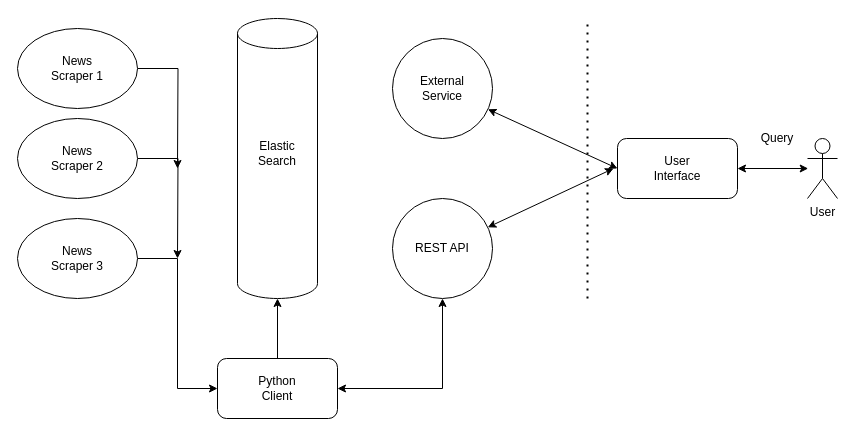
Before: Project_Flow.drawio in aravindm711/ESNSE, a draw.io diagram. Source tidied: cells renumbered, new cells numbered last; positions are measured from the earlier drawing's top-left corner, leaving out a move shared by most shapes. Both pictures are drawn from the tidied source at 100%, with x=0, y=0 at pixel (17, 18).
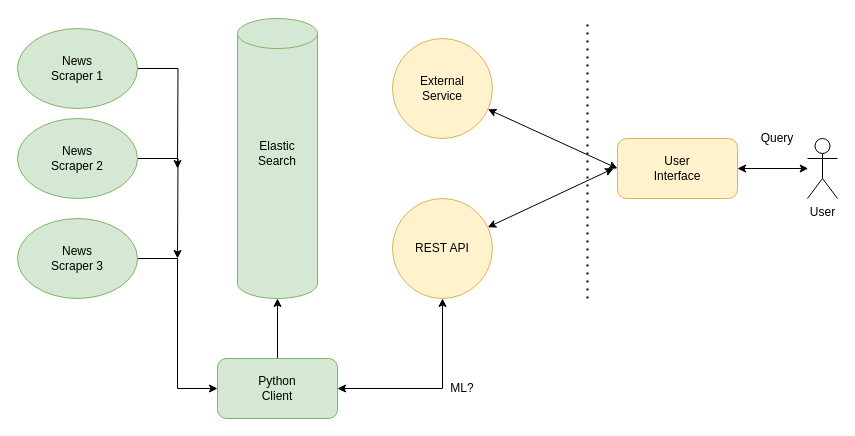
The same diagram, later.

What changed in the source:
```diff
@@
-    <mxCell id="2" style="ellipse;whiteSpace=wrap;html=1;" parent="1" vertex="1">
+    <mxCell id="2" style="ellipse;whiteSpace=wrap;html=1;fillColor=#fff2cc;strokeColor=#d6b656;" parent="1" vertex="1">
       <mxGeometry x="375" y="180" width="100" height="100" as="geometry" />
     </mxCell>
-    <mxCell id="3" style="shape=cylinder3;whiteSpace=wrap;html=1;boundedLbl=1;backgroundOutline=1;size=15;" parent="1" vertex="1">
+    <mxCell id="3" style="shape=cylinder3;whiteSpace=wrap;html=1;boundedLbl=1;backgroundOutline=1;size=15;fillColor=#d5e8d4;strokeColor=#82b366;" parent="1" vertex="1">
       <mxGeometry x="220" width="80" height="280" as="geometry" />
     </mxCell>
@@
-    <mxCell id="5" style="ellipse;whiteSpace=wrap;html=1;" parent="1" vertex="1">
+    <mxCell id="5" style="ellipse;whiteSpace=wrap;html=1;fillColor=#d5e8d4;strokeColor=#82b366;" parent="1" vertex="1">
       <mxGeometry y="10" width="120" height="80" as="geometry" />
     </mxCell>
@@
-    <mxCell id="7" style="ellipse;whiteSpace=wrap;html=1;" parent="1" vertex="1">
+    <mxCell id="7" style="ellipse;whiteSpace=wrap;html=1;fillColor=#d5e8d4;strokeColor=#82b366;" parent="1" vertex="1">
       <mxGeometry y="100" width="120" height="80" as="geometry" />
     </mxCell>
@@
-    <mxCell id="9" style="ellipse;whiteSpace=wrap;html=1;" parent="1" vertex="1">
+    <mxCell id="9" style="ellipse;whiteSpace=wrap;html=1;fillColor=#d5e8d4;strokeColor=#82b366;" parent="1" vertex="1">
       <mxGeometry y="200" width="120" height="80" as="geometry" />
     </mxCell>
@@
-    <mxCell id="11" style="rounded=1;whiteSpace=wrap;html=1;" parent="1" vertex="1">
+    <mxCell id="11" style="rounded=1;whiteSpace=wrap;html=1;fillColor=#d5e8d4;strokeColor=#82b366;" parent="1" vertex="1">
       <mxGeometry x="200" y="340" width="120" height="60" as="geometry" />
     </mxCell>
@@
-    <mxCell id="13" style="rounded=1;whiteSpace=wrap;html=1;" parent="1" vertex="1">
+    <mxCell id="13" style="rounded=1;whiteSpace=wrap;html=1;fillColor=#fff2cc;strokeColor=#d6b656;" parent="1" vertex="1">
       <mxGeometry x="600" y="120" width="120" height="60" as="geometry" />
     </mxCell>
@@
-    <mxCell id="26" style="ellipse;whiteSpace=wrap;html=1;" parent="1" vertex="1">
+    <mxCell id="26" style="ellipse;whiteSpace=wrap;html=1;fillColor=#fff2cc;strokeColor=#d6b656;" parent="1" vertex="1">
       <mxGeometry x="375" y="20" width="100" height="100" as="geometry" />
     </mxCell>
@@
+    <mxCell id="29" value="ML?" style="text;html=1;strokeColor=none;fillColor=none;align=center;verticalAlign=middle;whiteSpace=wrap;rounded=0;" parent="1" vertex="1">
+      <mxGeometry x="415" y="355" width="60" height="30" as="geometry" />
+    </mxCell>
```
